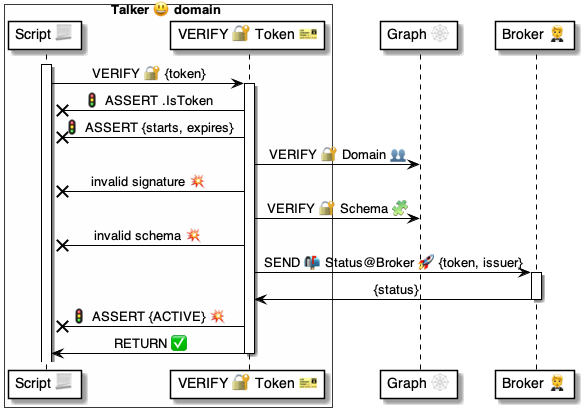
Above: 4 ⚙️ Solution/37 Scripts 📃/📃 Commands ⌘/⌘ for messages 📨/VERIFY 🔐/VERIFY Token 🎫/🔐 VERIFY Token ⚙️ uml.png in pollyweb-org/pollyweb-docs (PlantUML), before the change. Its source is kept beside it as 4 ⚙️ Solution/37 Scripts 📃/📃 Commands ⌘/⌘ for messages 📨/VERIFY 🔐/VERIFY Token 🎫/🔐 VERIFY Token ⚙️ uml.puml.
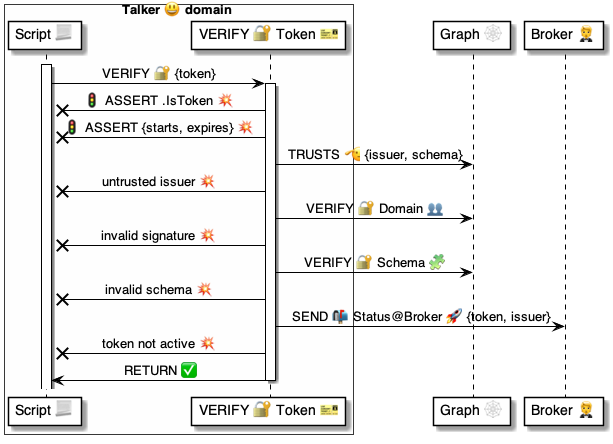
The same diagram one commit later.

The edit, as a diff of the source:
```diff
@@ -13,8 +13,11 @@
 
 activate verify
 
-    verify -x script: 🚦 ASSERT .IsToken
-    verify -x script: 🚦 ASSERT {starts, expires}
+    verify -x script: 🚦 ASSERT .IsToken 💥
+    verify -x script: 🚦 ASSERT {starts, expires} 💥
+
+    verify -> graph: TRUSTS 🫡 {issuer, schema}
+    verify -x script: untrusted issuer 💥
 
     verify -> graph: VERIFY 🔐 Domain 👥
     verify -x script: invalid signature 💥
@@ -23,11 +26,7 @@
     verify -x script: invalid schema 💥
 
     verify -> broker: SEND 📬 Status@Broker 🚀 {token, issuer}
-    activate broker
-        broker -> verify: {status}
-    deactivate broker
-
-    verify -x script: 🚦 ASSERT {ACTIVE} 💥
+    verify -x script: token not active 💥
 
     verify -> script: RETURN ✅
 
```
